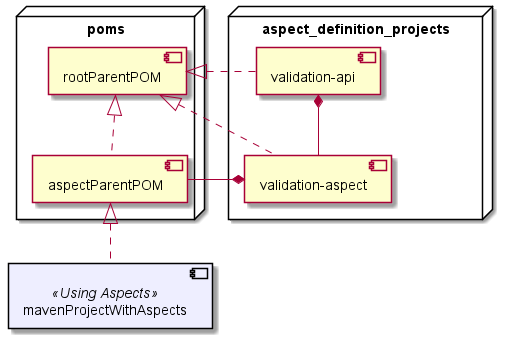
Above: images/plantuml/multimodule_ajc.png in dev-aspectj/aspectj-maven-plugin (PlantUML), before the change.
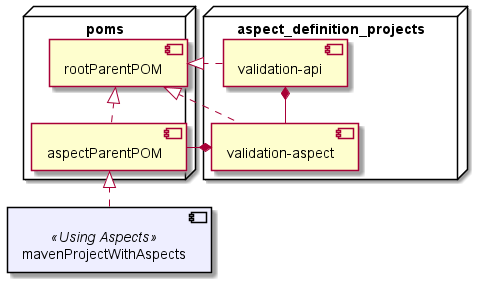
Later version of the same file.

The edit, as a diff of the source:
```diff
@@ -1,10 +1,11 @@
 @startuml
+
+!pragma layout smetana
 
 skinparam component {
   BackgroundColor<<Using Aspects>> #EEEEFF
   BorderColor<<Using Aspects>> black
 }
-
 
 node poms {
 
```
